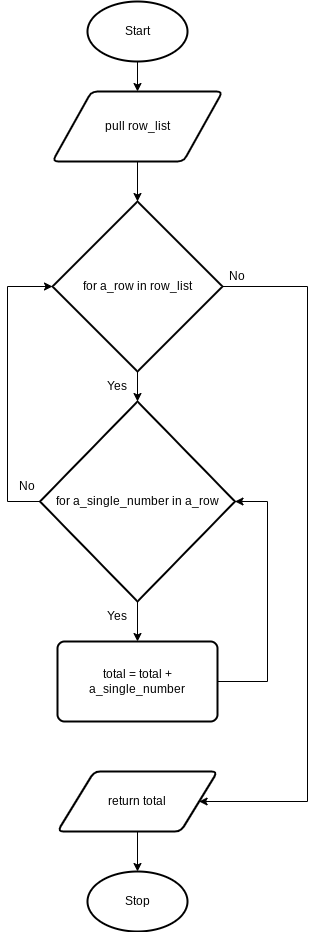
Earlier version of the draw.io export design.column.flowchart.png (Yiyun-Qin/ICS3U-Unit6-04-Python). Source tidied: cells renumbered, new cells last; positions are measured from the earlier drawing's top-left corner, leaving out a move shared by most shapes.
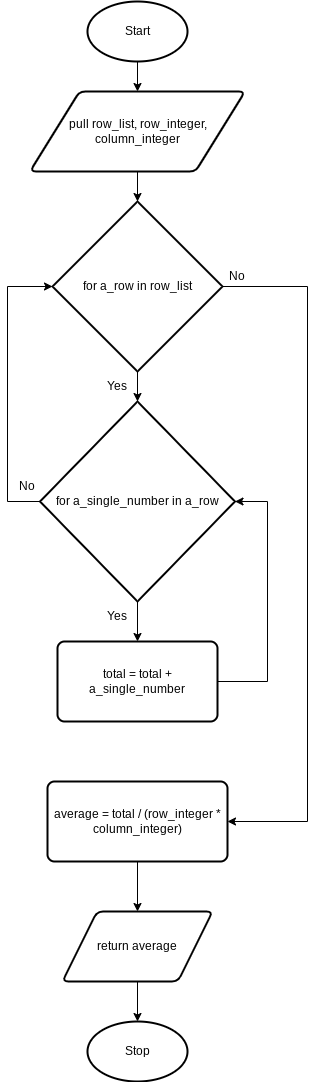
The same diagram one commit later.

What changed in the source:
```diff
@@ -9,25 +9,25 @@
       <mxGeometry x="80" width="100" height="60" as="geometry" />
     </mxCell>
     <mxCell id="4" value="Stop" style="strokeWidth=2;html=1;shape=mxgraph.flowchart.start_1;whiteSpace=wrap;" parent="1" vertex="1">
-      <mxGeometry x="80" y="870" width="100" height="60" as="geometry" />
+      <mxGeometry x="80" y="1020" width="100" height="60" as="geometry" />
     </mxCell>
     <mxCell id="5" style="edgeStyle=none;html=1;exitX=0.5;exitY=1;exitDx=0;exitDy=0;entryX=0.5;entryY=0;entryDx=0;entryDy=0;entryPerimeter=0;" parent="1" edge="1" source="6" target="9">
       <mxGeometry relative="1" as="geometry" />
     </mxCell>
-    <mxCell id="6" value="pull row_list" style="shape=parallelogram;html=1;strokeWidth=2;perimeter=parallelogramPerimeter;whiteSpace=wrap;rounded=1;arcSize=12;size=0.23;" parent="1" vertex="1">
-      <mxGeometry x="45" y="90" width="170" height="70" as="geometry" />
+    <mxCell id="6" value="pull row_list, row_integer, column_integer" style="shape=parallelogram;html=1;strokeWidth=2;perimeter=parallelogramPerimeter;whiteSpace=wrap;rounded=1;arcSize=12;size=0.23;" parent="1" vertex="1">
+      <mxGeometry x="22.5" y="90" width="215" height="80" as="geometry" />
     </mxCell>
     <mxCell id="7" style="edgeStyle=none;html=1;exitX=0.5;exitY=1;exitDx=0;exitDy=0;exitPerimeter=0;entryX=0.5;entryY=0;entryDx=0;entryDy=0;entryPerimeter=0;" parent="1" edge="1" source="9" target="12">
       <mxGeometry relative="1" as="geometry" />
     </mxCell>
-    <mxCell id="8" style="edgeStyle=orthogonalEdgeStyle;rounded=0;html=1;exitX=1;exitY=0.5;exitDx=0;exitDy=0;exitPerimeter=0;entryX=1;entryY=0.5;entryDx=0;entryDy=0;" parent="1" edge="1" source="9" target="16">
-      <mxGeometry relative="1" as="geometry">
-        <Array as="points">
-          <mxPoint x="300" y="285" />
-          <mxPoint x="300" y="800" />
-        </Array>
-      </mxGeometry>
-    </mxCell>
+    <mxCell id="21" style="edgeStyle=orthogonalEdgeStyle;html=1;exitX=1;exitY=0.5;exitDx=0;exitDy=0;exitPerimeter=0;entryX=1;entryY=0.5;entryDx=0;entryDy=0;rounded=0;" parent="1" edge="1" source="9" target="15">
+      <mxGeometry relative="1" as="geometry">
+        <Array as="points">
+          <mxPoint x="300" y="285" />
+          <mxPoint x="300" y="820" />
+        </Array>
+      </mxGeometry>
+    </mxCell>
     <mxCell id="9" value="for a_row in row_list" style="strokeWidth=2;html=1;shape=mxgraph.flowchart.decision;whiteSpace=wrap;" parent="1" vertex="1">
       <mxGeometry x="45" y="200" width="170" height="170" as="geometry" />
     </mxCell>
@@ -56,12 +56,6 @@
     <mxCell id="14" value="total = total + a_single_number" style="rounded=1;whiteSpace=wrap;html=1;absoluteArcSize=1;arcSize=14;strokeWidth=2;" parent="1" vertex="1">
       <mxGeometry x="50" y="640" width="160" height="80" as="geometry" />
     </mxCell>
-    <mxCell id="15" style="edgeStyle=orthogonalEdgeStyle;rounded=0;html=1;exitX=0.5;exitY=1;exitDx=0;exitDy=0;entryX=0.5;entryY=0;entryDx=0;entryDy=0;entryPerimeter=0;" parent="1" edge="1" source="16" target="4">
-      <mxGeometry relative="1" as="geometry" />
-    </mxCell>
-    <mxCell id="16" value="return total" style="shape=parallelogram;html=1;strokeWidth=2;perimeter=parallelogramPerimeter;whiteSpace=wrap;rounded=1;arcSize=12;size=0.23;" parent="1" vertex="1">
-      <mxGeometry x="50" y="770" width="160" height="60" as="geometry" />
-    </mxCell>
     <mxCell id="17" value="Yes" style="text;html=1;strokeColor=none;fillColor=none;align=center;verticalAlign=middle;whiteSpace=wrap;rounded=0;" parent="1" vertex="1">
       <mxGeometry x="90" y="600" width="40" height="30" as="geometry" />
     </mxCell>
@@ -74,5 +68,17 @@
     <mxCell id="20" value="No" style="text;html=1;strokeColor=none;fillColor=none;align=center;verticalAlign=middle;whiteSpace=wrap;rounded=0;" parent="1" vertex="1">
       <mxGeometry x="210" y="260" width="40" height="30" as="geometry" />
     </mxCell>
+    <mxCell id="22" style="edgeStyle=orthogonalEdgeStyle;rounded=0;html=1;exitX=0.5;exitY=1;exitDx=0;exitDy=0;entryX=0.5;entryY=0;entryDx=0;entryDy=0;" parent="1" edge="1" source="15" target="24">
+      <mxGeometry relative="1" as="geometry" />
+    </mxCell>
+    <mxCell id="15" value="average = total / (row_integer * column_integer)" style="rounded=1;whiteSpace=wrap;html=1;absoluteArcSize=1;arcSize=14;strokeWidth=2;" parent="1" vertex="1">
+      <mxGeometry x="40" y="780" width="180" height="80" as="geometry" />
+    </mxCell>
+    <mxCell id="23" style="edgeStyle=orthogonalEdgeStyle;rounded=0;html=1;exitX=0.5;exitY=1;exitDx=0;exitDy=0;entryX=0.5;entryY=0;entryDx=0;entryDy=0;entryPerimeter=0;" parent="1" edge="1" source="24" target="4">
+      <mxGeometry relative="1" as="geometry" />
+    </mxCell>
+    <mxCell id="24" value="return average" style="shape=parallelogram;html=1;strokeWidth=2;perimeter=parallelogramPerimeter;whiteSpace=wrap;rounded=1;arcSize=12;size=0.23;" parent="1" vertex="1">
+      <mxGeometry x="55" y="910" width="150" height="70" as="geometry" />
+    </mxCell>
   </root>
 </mxGraphModel>
```
